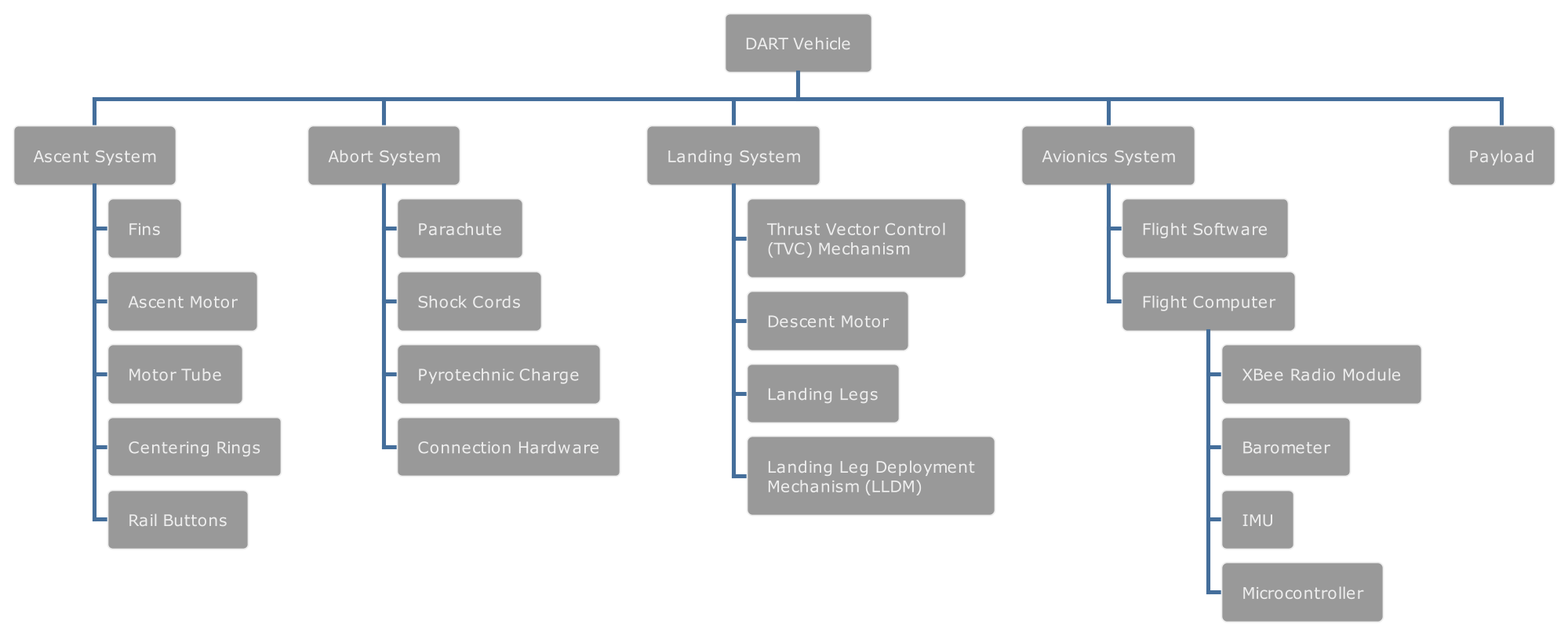
Laagaard/Rocket_Lander keeps this PlantUML diagram as diagrams/out/system_hierarchy.png. Above is the earlier version.
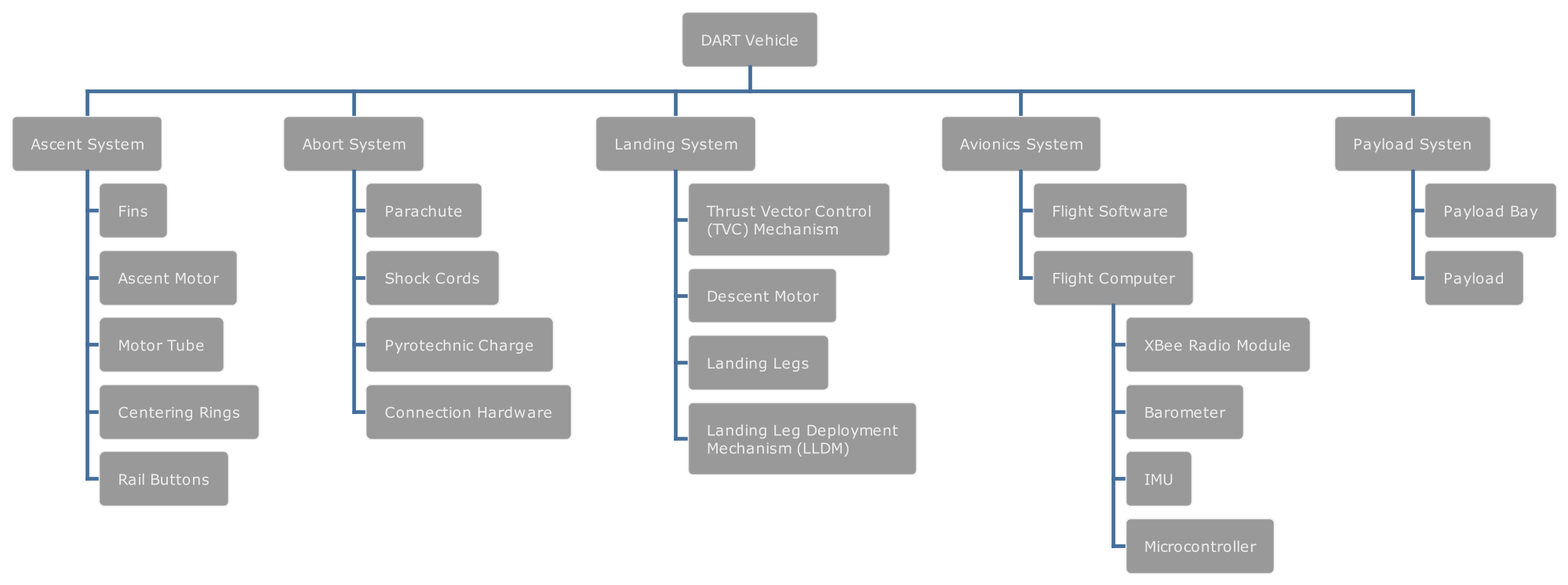
The same file after the commit.

Commit message:
`diagrams`: Update Gantt chart & system hierarchy

What changed in the source:
```diff
@@ -33,5 +33,7 @@
 **** IMU
 **** Microcontroller
 
-** Payload
+** Payload Systen
+*** Payload Bay
+*** Payload
 @endwbs
```
